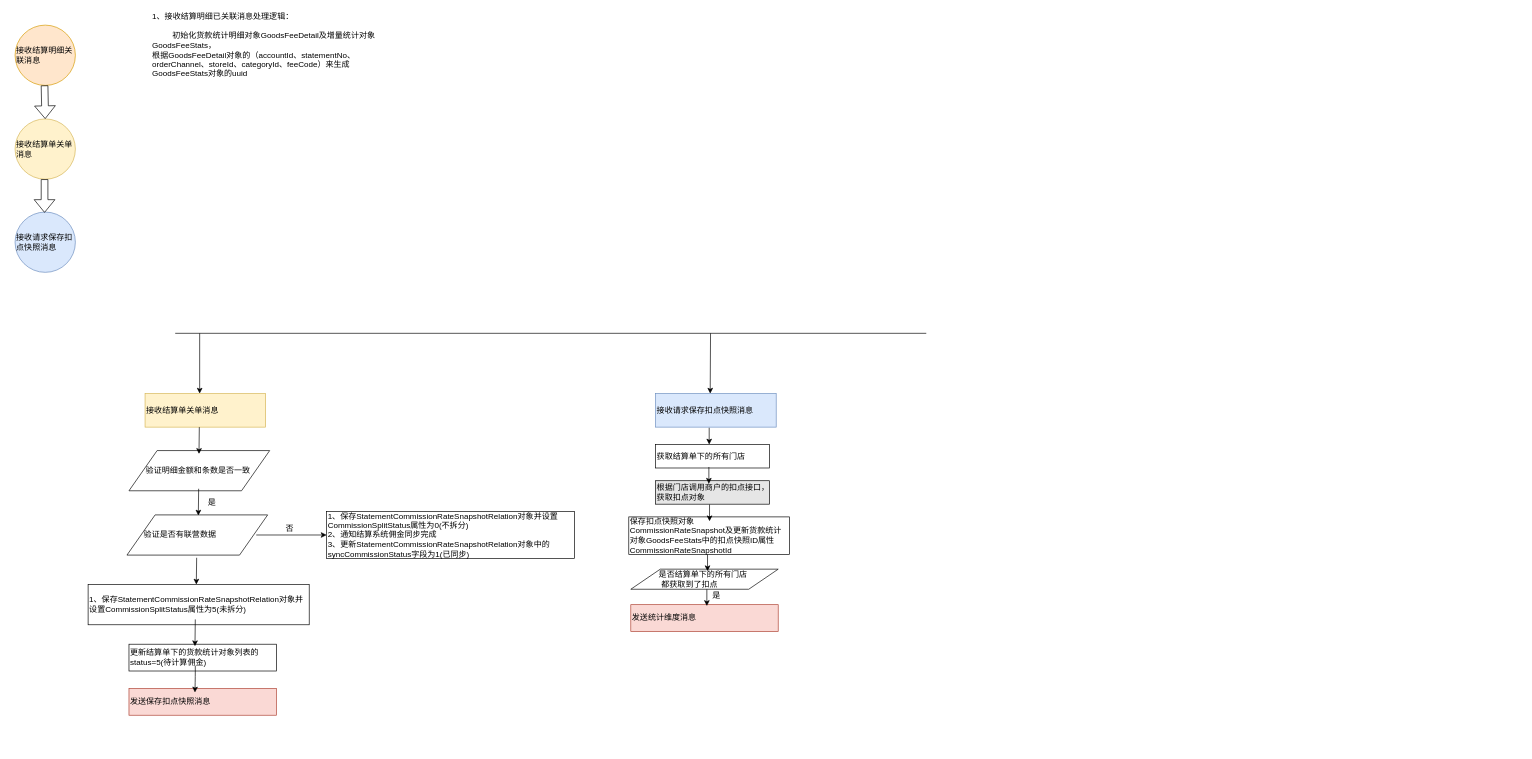
Above: 联营佣金.drawio in baiymfkese/doc (draw.io), before the change. Source tidied: cells renumbered, new cells numbered last; positions are measured from the earlier drawing's top-left corner, leaving out a move shared by most shapes. Both pictures are drawn from the tidied source at 67%, with x=0, y=0 at pixel (15, 18).
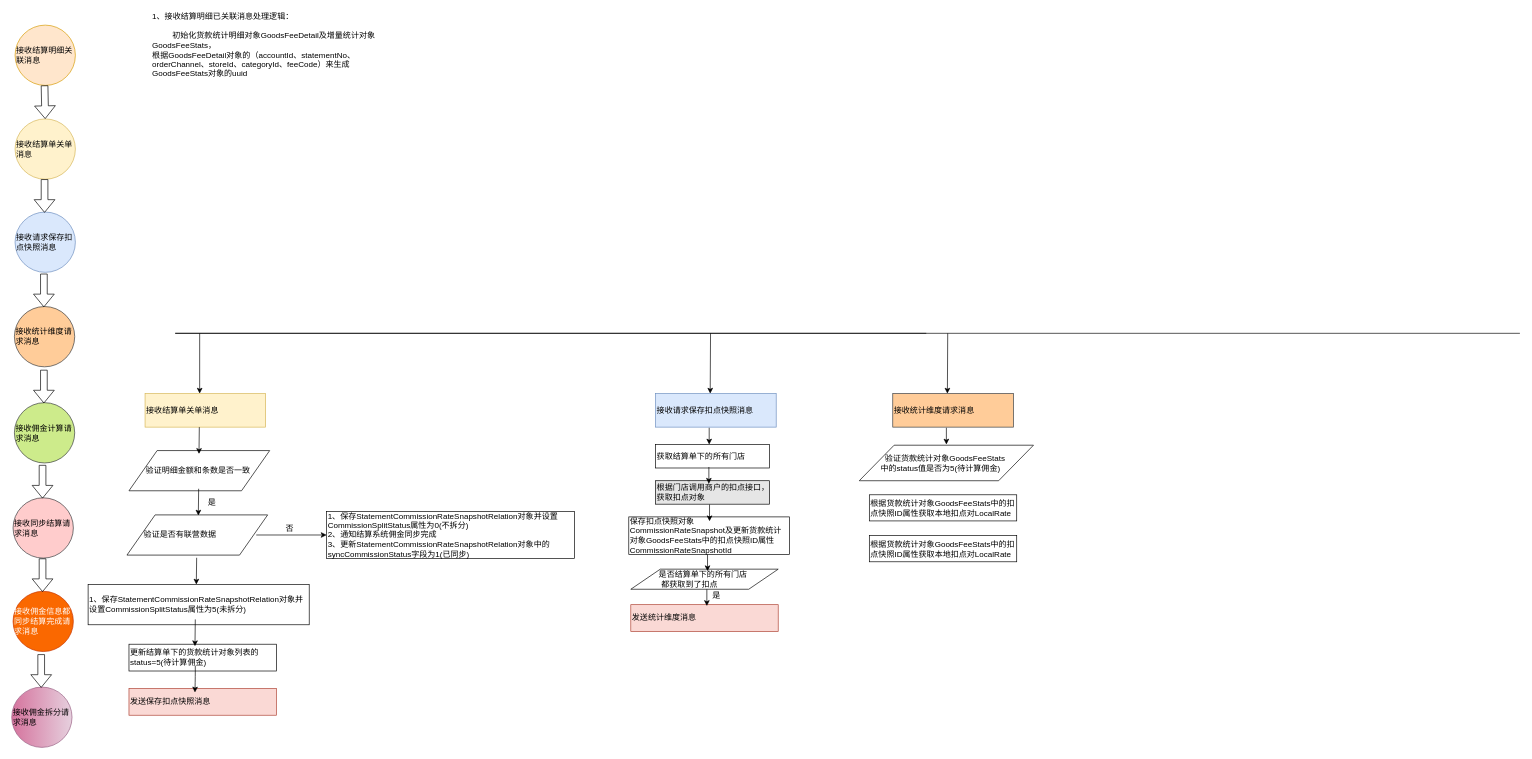
Above is the later version.

Diff of the diagram source:
```diff
@@
+    <mxCell id="38" value="接收统计维度请求消息" style="ellipse;whiteSpace=wrap;html=1;align=left;fillColor=#ffcc99;strokeColor=#36393d;" parent="1" vertex="1">
+      <mxGeometry x="-1" y="430" width="90" height="90" as="geometry" />
+    </mxCell>
+    <mxCell id="39" style="shape=flexArrow;endArrow=classic;html=1;" parent="1" edge="1">
+      <mxGeometry relative="1" as="geometry">
+        <mxPoint x="43" y="381" as="sourcePoint" />
+        <mxPoint x="43" y="431" as="targetPoint" />
+      </mxGeometry>
+    </mxCell>
+    <mxCell id="40" style="endArrow=classic;html=1;" parent="1" edge="1">
+      <mxGeometry relative="1" as="geometry">
+        <mxPoint x="1392" y="470" as="sourcePoint" />
+        <mxPoint x="1391.5" y="560" as="targetPoint" />
+      </mxGeometry>
+    </mxCell>
+    <mxCell id="41" value="接收统计维度请求消息" style="rounded=0;whiteSpace=wrap;html=1;align=left;fillColor=#ffcc99;strokeColor=#36393d;" parent="1" vertex="1">
+      <mxGeometry x="1310" y="560" width="180" height="50" as="geometry" />
+    </mxCell>
+    <mxCell id="42" style="endArrow=classic;html=1;" parent="1" edge="1">
+      <mxGeometry relative="1" as="geometry">
+        <mxPoint x="1390" y="611" as="sourcePoint" />
+        <mxPoint x="1390" y="636" as="targetPoint" />
+      </mxGeometry>
+    </mxCell>
+    <mxCell id="43" style="endArrow=none;html=1;" parent="1" edge="1">
+      <mxGeometry relative="1" as="geometry">
+        <mxPoint x="239" y="470" as="sourcePoint" />
+        <mxPoint x="2246" y="470" as="targetPoint" />
+      </mxGeometry>
+    </mxCell>
+    <mxCell id="44" value="&amp;nbsp;&amp;nbsp;&amp;nbsp;&amp;nbsp;&amp;nbsp;&amp;nbsp;&amp;nbsp;&amp;nbsp;&amp;nbsp;&amp;nbsp; 验证货款统计对象GoodsFeeStats&lt;br&gt;&amp;nbsp;&amp;nbsp;&amp;nbsp;&amp;nbsp;&amp;nbsp;&amp;nbsp;&amp;nbsp;&amp;nbsp; 中的status值是否为5(待计算佣金)" style="shape=parallelogram;perimeter=parallelogramPerimeter;whiteSpace=wrap;html=1;align=left;" parent="1" vertex="1">
+      <mxGeometry x="1260" y="637" width="260" height="53" as="geometry" />
+    </mxCell>
+    <mxCell id="45" value="根据货款统计对象GoodsFeeStats中的扣点快照ID属性获取本地扣点对&lt;span&gt;LocalRate&lt;/span&gt;" style="rounded=0;whiteSpace=wrap;html=1;align=left;" parent="1" vertex="1">
+      <mxGeometry x="1275" y="711" width="220" height="39" as="geometry" />
+    </mxCell>
+    <mxCell id="46" value="根据货款统计对象GoodsFeeStats中的扣点快照ID属性获取本地扣点对&lt;span&gt;LocalRate&lt;/span&gt;" style="rounded=0;whiteSpace=wrap;html=1;align=left;" parent="1" vertex="1">
+      <mxGeometry x="1275" y="772" width="220" height="39" as="geometry" />
+    </mxCell>
+    <mxCell id="47" value="接收佣金计算请求消息" style="ellipse;whiteSpace=wrap;html=1;align=left;fillColor=#cdeb8b;strokeColor=#36393d;" parent="1" vertex="1">
+      <mxGeometry x="-1" y="573.5" width="90" height="90" as="geometry" />
+    </mxCell>
+    <mxCell id="48" style="shape=flexArrow;endArrow=classic;html=1;" parent="1" edge="1">
+      <mxGeometry relative="1" as="geometry">
+        <mxPoint x="43" y="524.5" as="sourcePoint" />
+        <mxPoint x="43" y="574.5" as="targetPoint" />
+      </mxGeometry>
+    </mxCell>
+    <mxCell id="49" value="接收同步结算请求消息" style="ellipse;whiteSpace=wrap;html=1;align=left;fillColor=#ffcccc;strokeColor=#36393d;" parent="1" vertex="1">
+      <mxGeometry x="-3" y="715.5" width="90" height="90" as="geometry" />
+    </mxCell>
+    <mxCell id="50" style="shape=flexArrow;endArrow=classic;html=1;" parent="1" edge="1">
+      <mxGeometry relative="1" as="geometry">
+        <mxPoint x="41" y="666.5" as="sourcePoint" />
+        <mxPoint x="41" y="716.5" as="targetPoint" />
+      </mxGeometry>
+    </mxCell>
+    <mxCell id="51" value="接收佣金信息都同步结算完成请求消息" style="ellipse;whiteSpace=wrap;html=1;align=left;fillColor=#fa6800;strokeColor=#C73500;direction=south;fontColor=#ffffff;" parent="1" vertex="1">
+      <mxGeometry x="-3" y="855" width="90" height="90" as="geometry" />
+    </mxCell>
+    <mxCell id="52" style="shape=flexArrow;endArrow=classic;html=1;" parent="1" edge="1">
+      <mxGeometry relative="1" as="geometry">
+        <mxPoint x="41" y="806" as="sourcePoint" />
+        <mxPoint x="41" y="856" as="targetPoint" />
+      </mxGeometry>
+    </mxCell>
+    <mxCell id="53" value="接收佣金拆分请求消息" style="ellipse;whiteSpace=wrap;html=1;align=left;fillColor=#e6d0de;strokeColor=#996185;direction=south;gradientColor=#d5739d;" parent="1" vertex="1">
+      <mxGeometry x="-5" y="998" width="90" height="90" as="geometry" />
+    </mxCell>
+    <mxCell id="54" style="shape=flexArrow;endArrow=classic;html=1;" parent="1" edge="1">
+      <mxGeometry relative="1" as="geometry">
+        <mxPoint x="39" y="949" as="sourcePoint" />
+        <mxPoint x="39" y="999" as="targetPoint" />
+      </mxGeometry>
+    </mxCell>
```
